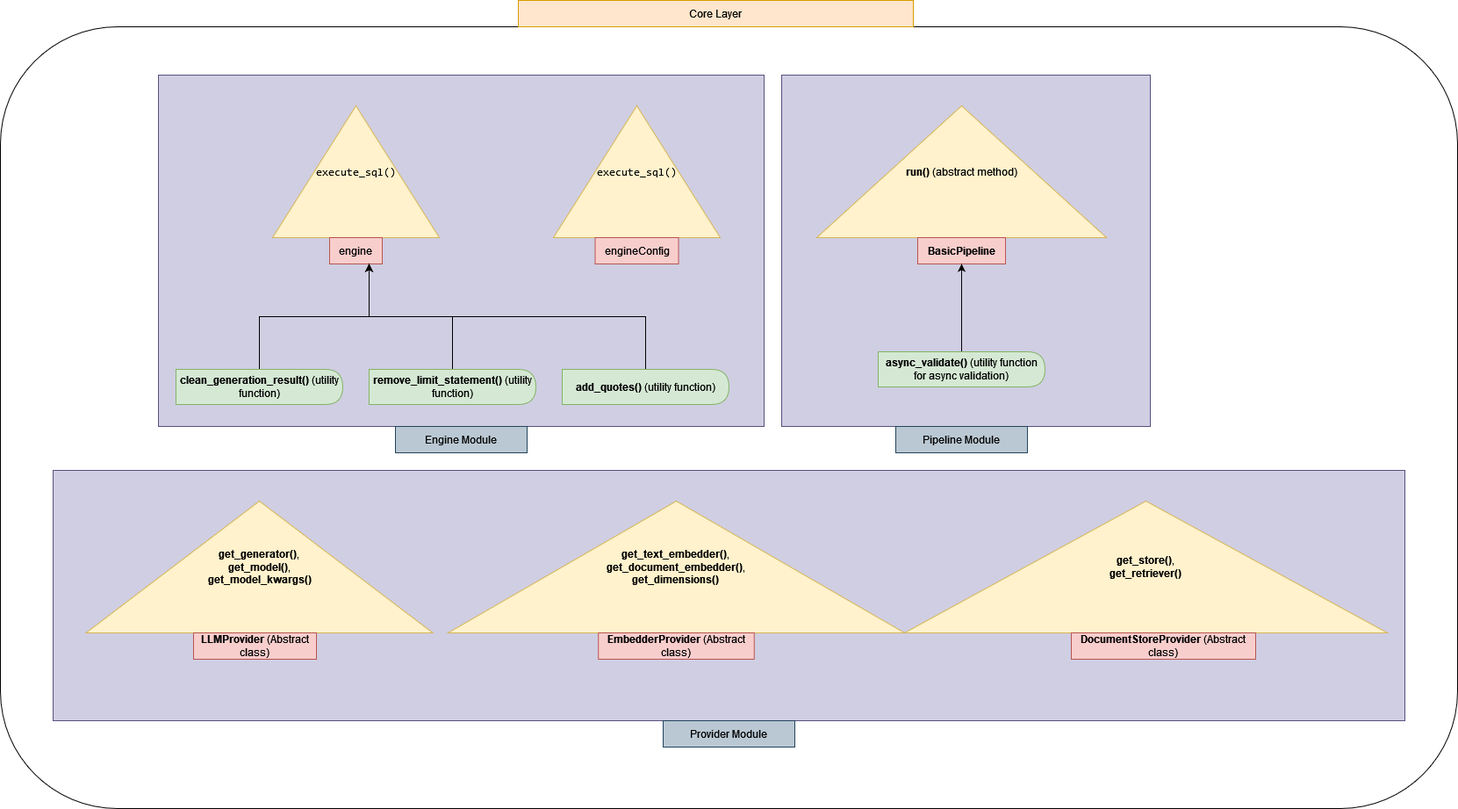
OMAR-EHAB777/WrenAI keeps this draw.io diagram as wren-ai-service/docs/Core_Layer_Architecture.drawio.png. Above is the earlier version. Source tidied: cells renumbered, new cells last; positions are measured from the earlier drawing's top-left corner, leaving out a move shared by most shapes.
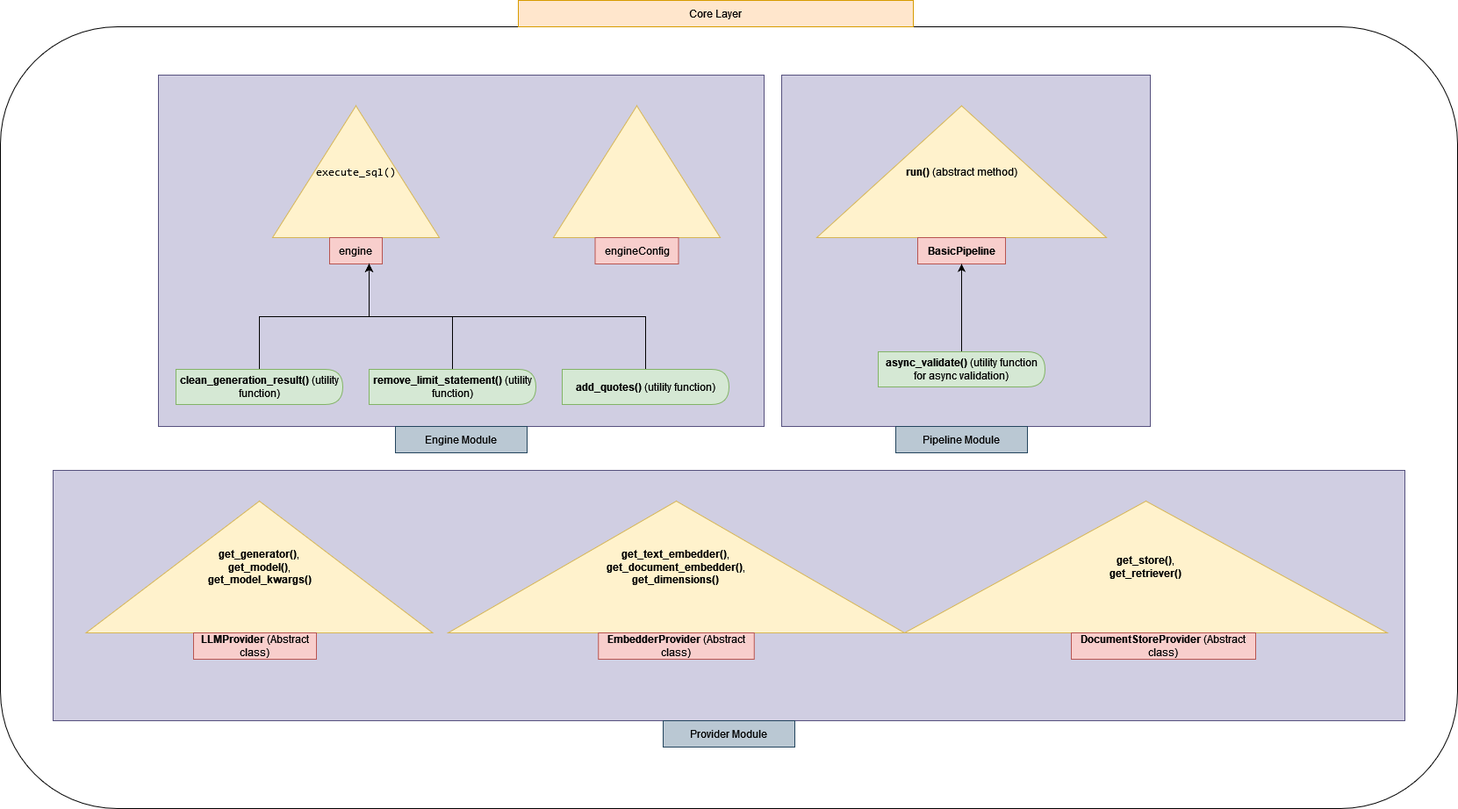
The same file after the commit.

Commit message:
Replaced .drawio with .png and updated README to show image

The edit, as a diff of the source:
```diff
@@ -23,7 +23,7 @@
     <mxCell id="8" value="engine" style="text;html=1;align=center;verticalAlign=middle;whiteSpace=wrap;rounded=0;fillColor=#f8cecc;strokeColor=#b85450;" parent="1" vertex="1">
       <mxGeometry x="375" y="270" width="60" height="30" as="geometry" />
     </mxCell>
-    <mxCell id="9" value="&lt;code&gt;execute_sql()&lt;/code&gt;" style="triangle;whiteSpace=wrap;html=1;direction=north;fillColor=#fff2cc;strokeColor=#d6b656;" parent="1" vertex="1">
+    <mxCell id="9" style="triangle;whiteSpace=wrap;html=1;direction=north;fillColor=#fff2cc;strokeColor=#d6b656;" parent="1" vertex="1">
       <mxGeometry x="630" y="120" width="190" height="150" as="geometry" />
     </mxCell>
     <mxCell id="10" value="engineConfig" style="text;html=1;align=center;verticalAlign=middle;whiteSpace=wrap;rounded=0;fillColor=#f8cecc;strokeColor=#b85450;" parent="1" vertex="1">
```
